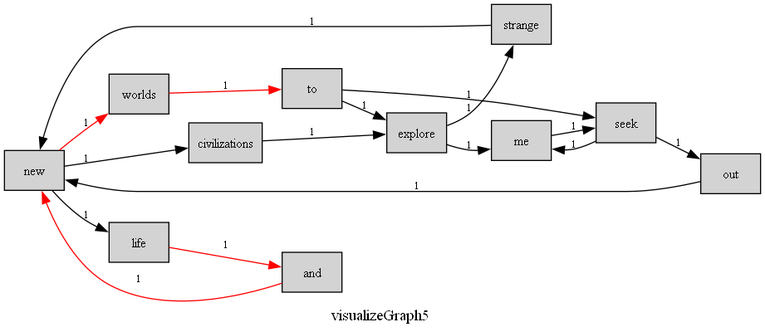
k1yotaki/Lab1-2021113112 keeps this Graphviz diagram as 最短路径展示.png. Above is the earlier version. Its source is kept beside it as 最短路径展示.dot.
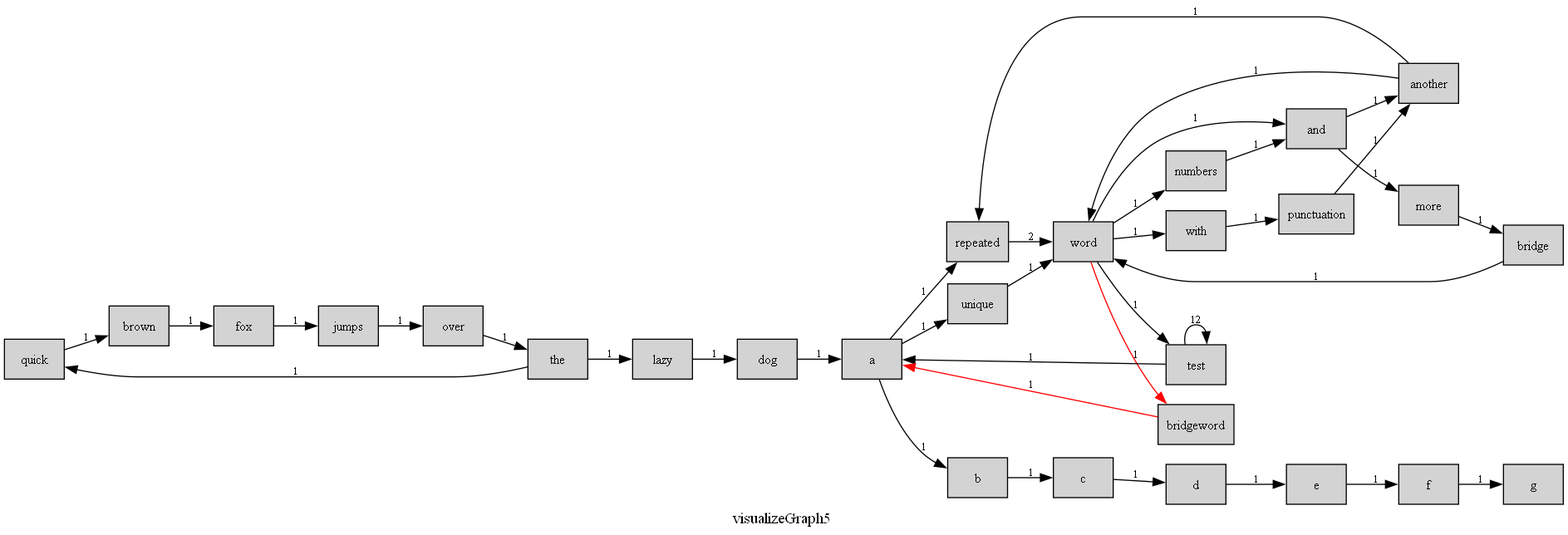
After the change.

Change to the diagram source:
```diff
@@ -2,21 +2,41 @@
 	graph [rankdir=LR, splines=true, overlap=false];
 	node [shape=box, style=filled, fillcolor=lightgrey, fontsize=12];
 	edge [color=black, fontsize=10];
-"new" -> "worlds" [label="1", color="red"];
-"new" -> "civilizations" [label="1", color="black"];
-"new" -> "life" [label="1", color="black"];
-"worlds" -> "to" [label="1", color="red"];
-"explore" -> "me" [label="1", color="black"];
-"explore" -> "strange" [label="1", color="black"];
-"and" -> "new" [label="1", color="red"];
-"me" -> "seek" [label="1", color="black"];
-"to" -> "explore" [label="1", color="black"];
-"to" -> "seek" [label="1", color="black"];
-"civilizations" -> "explore" [label="1", color="black"];
-"seek" -> "me" [label="1", color="black"];
-"seek" -> "out" [label="1", color="black"];
-"life" -> "and" [label="1", color="red"];
-"strange" -> "new" [label="1", color="black"];
-"out" -> "new" [label="1", color="black"];
+"quick" -> "brown" [label="1", color="black"];
+"lazy" -> "dog" [label="1", color="black"];
+"another" -> "repeated" [label="1", color="black"];
+"another" -> "word" [label="1", color="black"];
+"numbers" -> "and" [label="1", color="black"];
+"jumps" -> "over" [label="1", color="black"];
+"repeated" -> "word" [label="2", color="black"];
+"fox" -> "jumps" [label="1", color="black"];
+"and" -> "more" [label="1", color="black"];
+"and" -> "another" [label="1", color="black"];
+"over" -> "the" [label="1", color="black"];
+"a" -> "b" [label="1", color="black"];
+"a" -> "unique" [label="1", color="black"];
+"a" -> "repeated" [label="1", color="black"];
+"b" -> "c" [label="1", color="black"];
+"c" -> "d" [label="1", color="black"];
+"d" -> "e" [label="1", color="black"];
+"test" -> "a" [label="1", color="black"];
+"test" -> "test" [label="12", color="black"];
+"e" -> "f" [label="1", color="black"];
+"f" -> "g" [label="1", color="black"];
+"more" -> "bridge" [label="1", color="black"];
+"brown" -> "fox" [label="1", color="black"];
+"the" -> "quick" [label="1", color="black"];
+"the" -> "lazy" [label="1", color="black"];
+"with" -> "punctuation" [label="1", color="black"];
+"unique" -> "word" [label="1", color="black"];
+"bridgeword" -> "a" [label="1", color="red"];
+"punctuation" -> "another" [label="1", color="black"];
+"bridge" -> "word" [label="1", color="black"];
+"dog" -> "a" [label="1", color="black"];
+"word" -> "with" [label="1", color="black"];
+"word" -> "test" [label="1", color="black"];
+"word" -> "and" [label="1", color="black"];
+"word" -> "numbers" [label="1", color="black"];
+"word" -> "bridgeword" [label="1", color="red"];
 	label="visualizeGraph5 ";
 }
```
